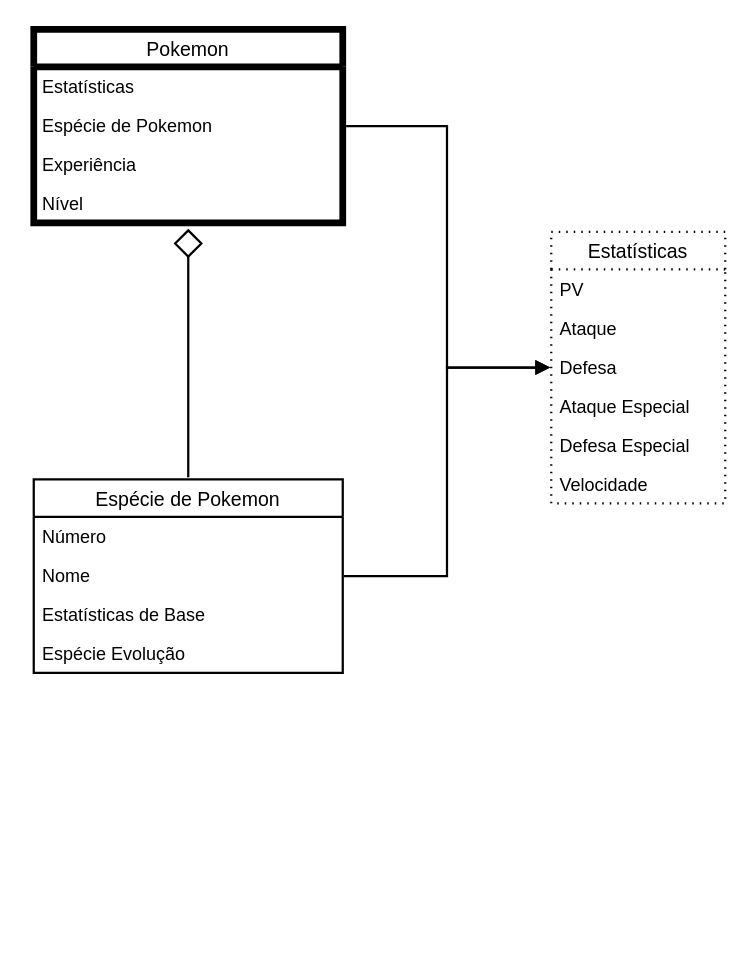
This is page "Evolução" (3 of 4) of Diagrams/DDD.drawio from RicardoDMelo/CloudPokeSystem, a draw.io file, before an edit. Source tidied: cells renumbered, new cells numbered last; positions are measured from the earlier drawing's top-left corner, leaving out a move shared by most shapes. Both pictures are drawn from the tidied source at 150%, with x=0, y=0 at pixel (33, 28).
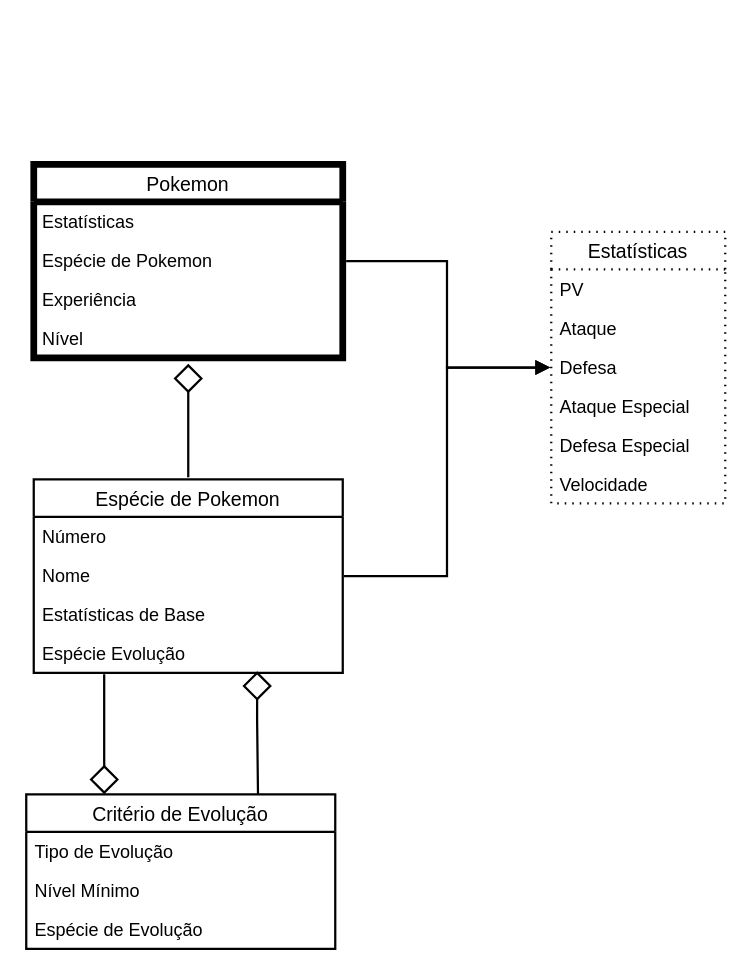
Above is the later version.

The change refers to these unchanged cells:
```xml
<mxCell id="6" value="Espécie Evolução" style="text;strokeColor=none;fillColor=none;align=left;verticalAlign=top;spacingLeft=4;spacingRight=4;overflow=hidden;points=[[0,0.5],[1,0.5]];portConstraint=eastwest;" parent="2" vertex="1">
  <mxGeometry y="103" width="206" height="26" as="geometry" />
</mxCell>
```

What changed in the source:
```diff
@@
     <mxCell id="7" value="Pokemon" style="html=1;overflow=block;blockSpacing=1;swimlane;horizontal=1;fontStyle=0;swimlaneFillColor=#ffffff;startSize=25;whiteSpace=wrap;fontSize=13;align=center;spacing=0;strokeOpacity=100;fillOpacity=100;fillColor=#ffffff;strokeWidth=4.5;" parent="1" vertex="1">
-      <mxGeometry width="206" height="129" as="geometry" />
+      <mxGeometry y="90" width="206" height="129" as="geometry" />
     </mxCell>
@@
+    <mxCell id="22" value="Critério de Evolução" style="html=1;overflow=block;blockSpacing=1;swimlane;horizontal=1;fontStyle=0;swimlaneFillColor=#ffffff;startSize=25;whiteSpace=wrap;fontSize=13;fontColor=default;align=center;spacing=0;strokeOpacity=100;fillOpacity=100;fillColor=#ffffff;strokeWidth=1.5;" parent="1" vertex="1">
+      <mxGeometry x="-5" y="510" width="206" height="103" as="geometry" />
+    </mxCell>
+    <mxCell id="23" value="Tipo de Evolução" style="text;strokeColor=none;fillColor=none;align=left;verticalAlign=top;spacingLeft=4;spacingRight=4;overflow=hidden;" parent="22" vertex="1">
+      <mxGeometry y="25" width="206" height="26" as="geometry" />
+    </mxCell>
+    <mxCell id="24" value="Nível Mínimo" style="text;strokeColor=none;fillColor=none;align=left;verticalAlign=top;spacingLeft=4;spacingRight=4;overflow=hidden;" parent="22" vertex="1">
+      <mxGeometry y="51" width="206" height="26" as="geometry" />
+    </mxCell>
+    <mxCell id="25" value="Espécie de Evolução" style="text;strokeColor=none;fillColor=none;align=left;verticalAlign=top;spacingLeft=4;spacingRight=4;overflow=hidden;" parent="22" vertex="1">
+      <mxGeometry y="77" width="206" height="26" as="geometry" />
+    </mxCell>
+    <mxCell id="26" style="html=1;jettySize=18;whiteSpace=wrap;fontSize=13;strokeOpacity=100;strokeWidth=1.5;rounded=1;arcSize=0;edgeStyle=orthogonalEdgeStyle;startArrow=diamond;startFill=0;startSize=16;endArrow=none;exitX=0.25;exitY=0;exitDx=0;exitDy=0;entryX=0.228;entryY=1.038;entryDx=0;entryDy=0;entryPerimeter=0;" parent="1" edge="1" source="22" target="6">
+      <mxGeometry relative="1" as="geometry">
+        <Array as="points">
+          <mxPoint x="47" y="430" />
+          <mxPoint x="47" y="430" />
+        </Array>
+      </mxGeometry>
+    </mxCell>
+    <mxCell id="27" style="html=1;jettySize=18;whiteSpace=wrap;fontSize=13;strokeOpacity=100;strokeWidth=1.5;rounded=1;arcSize=0;edgeStyle=orthogonalEdgeStyle;startArrow=diamond;startFill=0;startSize=16;endArrow=none;entryX=0.75;entryY=0;entryDx=0;entryDy=0;exitX=0.723;exitY=0.962;exitDx=0;exitDy=0;exitPerimeter=0;" parent="1" edge="1" source="6" target="22">
+      <mxGeometry relative="1" as="geometry">
+        <Array as="points">
+          <mxPoint x="149" y="460" />
+        </Array>
+      </mxGeometry>
+    </mxCell>
```
